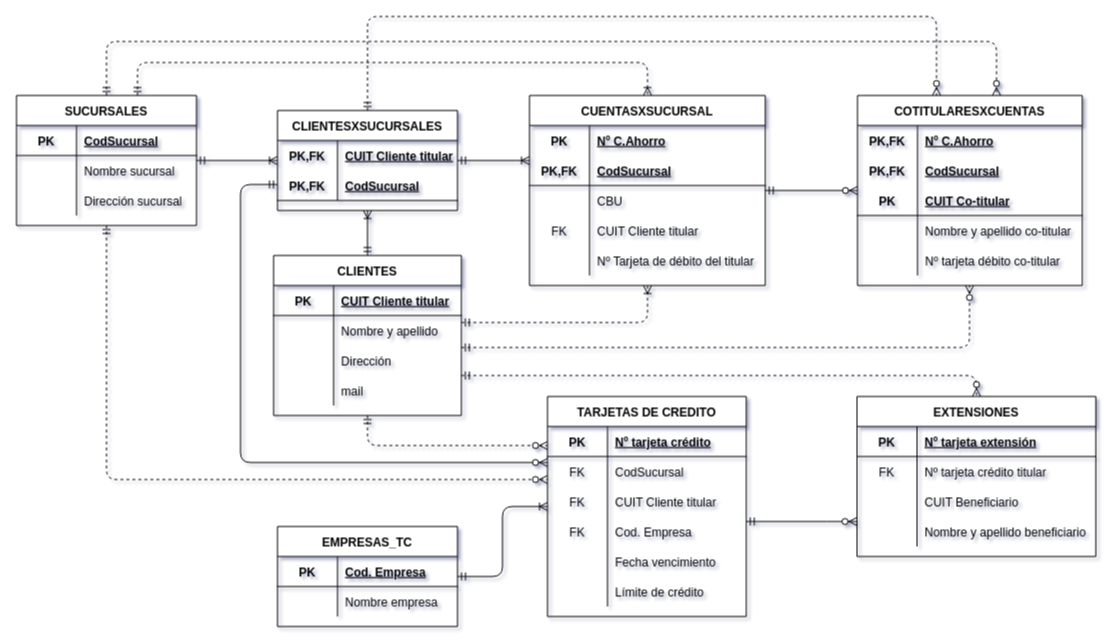
The draw.io diagram Parcial_I_Bancos/DER_Puyelli.drawio in FedericoRocca/DyADDBB_1erCuatrimestre_2021, before the edit. Source tidied: cells renumbered, new cells numbered last; positions are measured from the earlier drawing's top-left corner, leaving out a move shared by most shapes. Both pictures are drawn from the tidied source at 100%, with x=0, y=0 at pixel (16, 16).
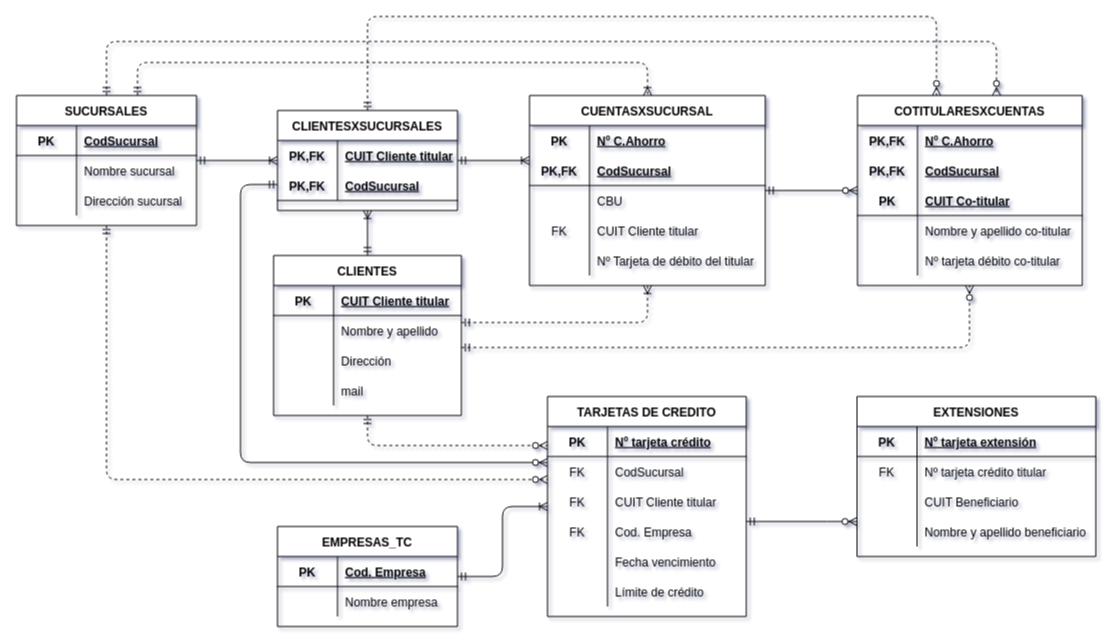
The same page after the edit.

Commit message:
Saco relacion Clientes-Extensiones

The change refers to these unchanged cells:
```xml
<mxCell id="21" value="CLIENTES" style="shape=table;startSize=30;childLayout=tableLayout;rowLines=0;fontStyle=1;align=center;" parent="1" vertex="1">
  <mxGeometry x="257.1" y="239" width="187.8" height="160" as="geometry" />
</mxCell>
<mxCell id="87" value="EXTENSIONES" style="shape=table;startSize=30;childLayout=tableLayout;rowLines=0;fontStyle=1;align=center;" parent="1" vertex="1">
  <mxGeometry x="840.5" y="380" width="238.8" height="160" as="geometry" />
</mxCell>
```

Diff of the diagram source:
```diff
@@
-    <mxCell id="20" style="edgeStyle=orthogonalEdgeStyle;rounded=1;jettySize=auto;html=1;startSize=6;startArrow=ERmandOne;startFill=0;endArrow=ERzeroToMany;endFill=1;dashed=1;" parent="1" edge="1" source="21" target="87">
-      <mxGeometry relative="1" as="geometry">
-        <Array as="points">
-          <mxPoint x="960" y="359" />
-        </Array>
-      </mxGeometry>
-    </mxCell>
```
